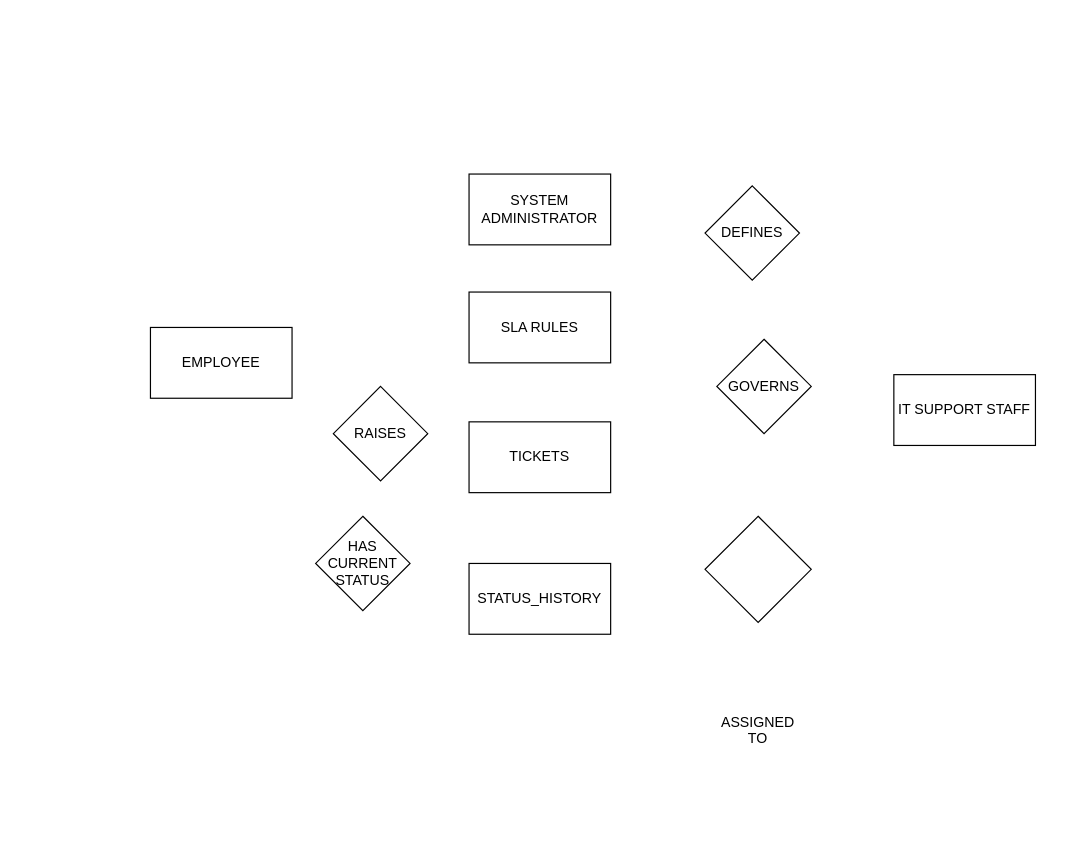
Before: backend/assests/ER for IP project.drawio in Savli-Sutar/IP-Project-, a draw.io diagram. Source tidied: cells renumbered, new cells numbered last; positions are measured from the earlier drawing's top-left corner, leaving out a move shared by most shapes. Both pictures are drawn from the tidied source at 118%, with x=0, y=0 at pixel (150, 173).
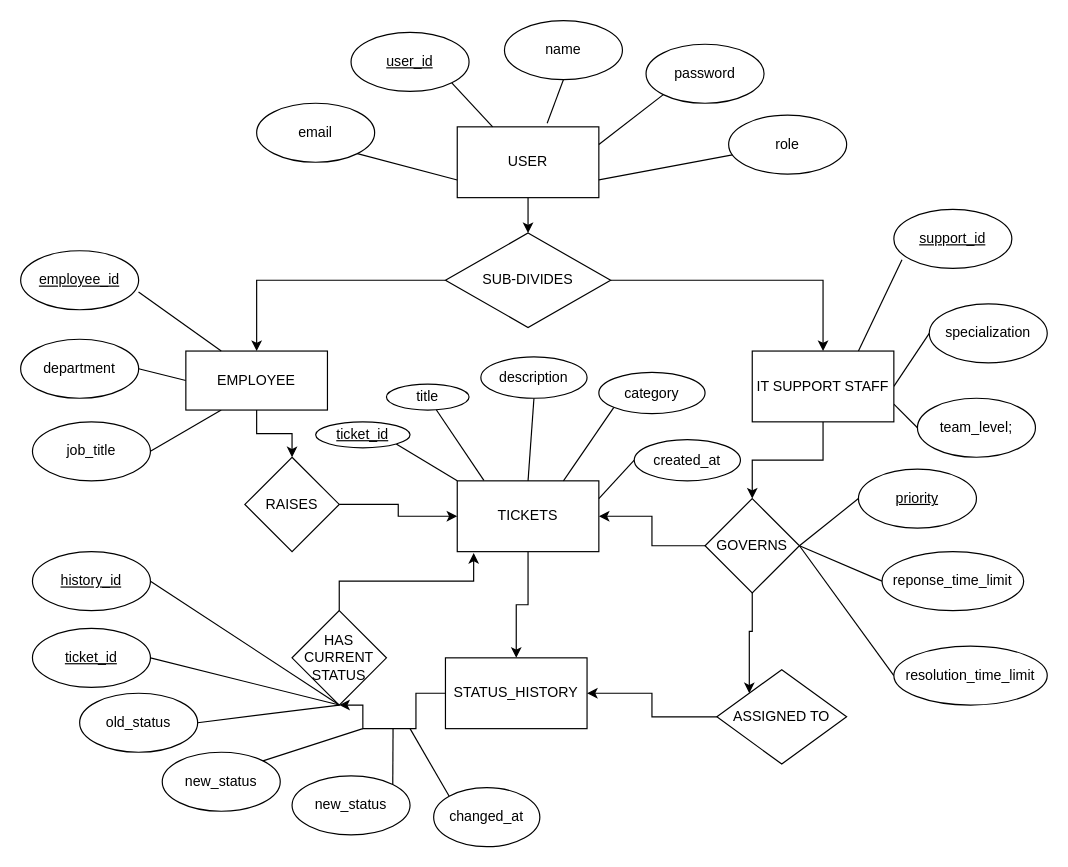
The same page after the edit.

Change to the diagram source:
```diff
@@
-    <mxCell id="2" value="SYSTEM ADMINISTRATOR" style="rounded=0;whiteSpace=wrap;html=1;" parent="1" vertex="1">
-      <mxGeometry x="270" width="120" height="60" as="geometry" />
-    </mxCell>
-    <mxCell id="3" value="SLA RULES" style="rounded=0;whiteSpace=wrap;html=1;" parent="1" vertex="1">
-      <mxGeometry x="270" y="100" width="120" height="60" as="geometry" />
-    </mxCell>
+    <mxCell id="13" style="edgeStyle=orthogonalEdgeStyle;rounded=0;jettySize=auto;html=1;" parent="1" edge="1" source="15" target="26">
+      <mxGeometry relative="1" as="geometry" />
+    </mxCell>
+    <mxCell id="14" style="rounded=0;jettySize=auto;html=1;exitX=0;exitY=0.75;exitDx=0;exitDy=0;entryX=1;entryY=1;entryDx=0;entryDy=0;endArrow=none;endFill=0;" parent="1" edge="1" source="15" target="35">
+      <mxGeometry relative="1" as="geometry" />
+    </mxCell>
+    <mxCell id="15" value="USER" style="whiteSpace=wrap;html=1;" parent="1" vertex="1">
+      <mxGeometry x="260" y="-40" width="120" height="60" as="geometry" />
+    </mxCell>
+    <mxCell id="16" style="edgeStyle=orthogonalEdgeStyle;rounded=0;jettySize=auto;html=1;entryX=0.5;entryY=0;entryDx=0;entryDy=0;" parent="1" edge="1" source="6" target="11">
+      <mxGeometry relative="1" as="geometry" />
+    </mxCell>
+    <mxCell id="17" style="rounded=0;jettySize=auto;html=1;exitX=0;exitY=0.5;exitDx=0;exitDy=0;entryX=1;entryY=0.5;entryDx=0;entryDy=0;endArrow=none;endFill=0;" parent="1" edge="1" source="6" target="50">
+      <mxGeometry relative="1" as="geometry" />
+    </mxCell>
+    <mxCell id="18" style="rounded=0;jettySize=auto;html=1;exitX=0.25;exitY=1;exitDx=0;exitDy=0;entryX=1;entryY=0.5;entryDx=0;entryDy=0;endArrow=none;endFill=0;" parent="1" edge="1" source="6" target="51">
+      <mxGeometry relative="1" as="geometry" />
+    </mxCell>
+    <mxCell id="6" value="EMPLOYEE" style="whiteSpace=wrap;html=1;fillColor=light-dark(#FFFFFF,#67AB9F);" parent="1" vertex="1">
+      <mxGeometry x="30" y="150" width="120" height="50" as="geometry" />
+    </mxCell>
+    <mxCell id="19" style="edgeStyle=orthogonalEdgeStyle;rounded=0;jettySize=auto;html=1;" parent="1" edge="1" source="7" target="9">
+      <mxGeometry relative="1" as="geometry" />
+    </mxCell>
+    <mxCell id="20" style="rounded=0;jettySize=auto;html=1;exitX=1;exitY=0.5;exitDx=0;exitDy=0;entryX=0;entryY=0.5;entryDx=0;entryDy=0;endArrow=none;endFill=0;" parent="1" edge="1" source="7" target="44">
+      <mxGeometry relative="1" as="geometry" />
+    </mxCell>
+    <mxCell id="21" style="rounded=0;jettySize=auto;html=1;exitX=1;exitY=0.75;exitDx=0;exitDy=0;entryX=0;entryY=0.5;entryDx=0;entryDy=0;endArrow=none;endFill=0;" parent="1" edge="1" source="7" target="45">
+      <mxGeometry relative="1" as="geometry" />
+    </mxCell>
+    <mxCell id="7" value="IT SUPPORT STAFF" style="whiteSpace=wrap;html=1;fillColor=light-dark(#FFFFFF,#67AB9F);" parent="1" vertex="1">
+      <mxGeometry x="510" y="150" width="120" height="60" as="geometry" />
+    </mxCell>
+    <mxCell id="22" style="edgeStyle=orthogonalEdgeStyle;rounded=0;jettySize=auto;html=1;exitX=0.5;exitY=1;exitDx=0;exitDy=0;entryX=0.5;entryY=0;entryDx=0;entryDy=0;" parent="1" edge="1" source="4" target="5">
+      <mxGeometry relative="1" as="geometry" />
+    </mxCell>
-    <mxCell id="4" value="TICKETS" style="rounded=0;whiteSpace=wrap;html=1;" parent="1" vertex="1">
-      <mxGeometry x="270" y="210" width="120" height="60" as="geometry" />
+    <mxCell id="4" value="TICKETS" style="whiteSpace=wrap;html=1;fillColor=light-dark(#FFFFFF,#67AB9F);" parent="1" vertex="1">
+      <mxGeometry x="260" y="260" width="120" height="60" as="geometry" />
     </mxCell>
+    <mxCell id="23" style="edgeStyle=orthogonalEdgeStyle;rounded=0;jettySize=auto;html=1;exitX=0;exitY=0.5;exitDx=0;exitDy=0;entryX=0.5;entryY=1;entryDx=0;entryDy=0;" parent="1" edge="1" source="5" target="12">
+      <mxGeometry relative="1" as="geometry">
+        <Array as="points">
+          <mxPoint x="225" y="440" />
+          <mxPoint x="225" y="470" />
+          <mxPoint x="180" y="470" />
+          <mxPoint x="180" y="450" />
+        </Array>
+      </mxGeometry>
+    </mxCell>
-    <mxCell id="5" value="STATUS_HISTORY" style="rounded=0;whiteSpace=wrap;html=1;" parent="1" vertex="1">
-      <mxGeometry x="270" y="330" width="120" height="60" as="geometry" />
+    <mxCell id="5" value="STATUS_HISTORY" style="whiteSpace=wrap;html=1;fillColor=light-dark(#FFFFFF,#67AB9F);" parent="1" vertex="1">
+      <mxGeometry x="250" y="410" width="120" height="60" as="geometry" />
     </mxCell>
-    <mxCell id="6" value="EMPLOYEE" style="rounded=0;whiteSpace=wrap;html=1;" parent="1" vertex="1">
-      <mxGeometry y="130" width="120" height="60" as="geometry" />
-    </mxCell>
-    <mxCell id="7" value="IT SUPPORT STAFF" style="rounded=0;whiteSpace=wrap;html=1;" parent="1" vertex="1">
-      <mxGeometry x="630" y="170" width="120" height="60" as="geometry" />
-    </mxCell>
-    <mxCell id="8" value="&lt;div&gt;DEFINES&lt;/div&gt;" style="rhombus;whiteSpace=wrap;html=1;shapeInside=1;" parent="1" vertex="1">
-      <mxGeometry x="470" y="10" width="80" height="80" as="geometry" />
-    </mxCell>
+    <mxCell id="24" style="edgeStyle=orthogonalEdgeStyle;rounded=0;jettySize=auto;html=1;entryX=0.5;entryY=0;entryDx=0;entryDy=0;" parent="1" edge="1" source="26" target="6">
+      <mxGeometry relative="1" as="geometry" />
+    </mxCell>
+    <mxCell id="25" style="edgeStyle=orthogonalEdgeStyle;rounded=0;jettySize=auto;html=1;exitX=1;exitY=0.5;exitDx=0;exitDy=0;entryX=0.5;entryY=0;entryDx=0;entryDy=0;" parent="1" edge="1" source="26" target="7">
+      <mxGeometry relative="1" as="geometry" />
+    </mxCell>
+    <mxCell id="26" value="SUB-DIVIDES" style="rhombus;whiteSpace=wrap;html=1;shapeInside=1;" parent="1" vertex="1">
+      <mxGeometry x="250" y="50" width="140" height="80" as="geometry" />
+    </mxCell>
+    <mxCell id="27" style="edgeStyle=orthogonalEdgeStyle;rounded=0;jettySize=auto;html=1;exitX=1;exitY=0.5;exitDx=0;exitDy=0;entryX=0;entryY=0.5;entryDx=0;entryDy=0;" parent="1" edge="1" source="11" target="4">
+      <mxGeometry relative="1" as="geometry" />
+    </mxCell>
+    <mxCell id="11" value="RAISES" style="rhombus;whiteSpace=wrap;html=1;shapeInside=1;" parent="1" vertex="1">
+      <mxGeometry x="80" y="240" width="80" height="80" as="geometry" />
+    </mxCell>
+    <mxCell id="28" style="edgeStyle=orthogonalEdgeStyle;rounded=0;jettySize=auto;html=1;exitX=0.5;exitY=1;exitDx=0;exitDy=0;entryX=0;entryY=0;entryDx=0;entryDy=0;" parent="1" edge="1" source="9" target="10">
+      <mxGeometry relative="1" as="geometry" />
+    </mxCell>
+    <mxCell id="29" style="edgeStyle=orthogonalEdgeStyle;rounded=0;jettySize=auto;html=1;exitX=0;exitY=0.5;exitDx=0;exitDy=0;entryX=1;entryY=0.5;entryDx=0;entryDy=0;" parent="1" edge="1" source="9" target="4">
+      <mxGeometry relative="1" as="geometry" />
+    </mxCell>
+    <mxCell id="30" style="rounded=0;jettySize=auto;html=1;exitX=1;exitY=0.5;exitDx=0;exitDy=0;entryX=0;entryY=0.5;entryDx=0;entryDy=0;endArrow=none;endFill=0;" parent="1" edge="1" source="9" target="46">
+      <mxGeometry relative="1" as="geometry" />
+    </mxCell>
+    <mxCell id="31" style="rounded=0;jettySize=auto;html=1;exitX=1;exitY=0.5;exitDx=0;exitDy=0;entryX=0;entryY=0.5;entryDx=0;entryDy=0;endArrow=none;endFill=0;" parent="1" edge="1" source="9" target="47">
+      <mxGeometry relative="1" as="geometry" />
+    </mxCell>
+    <mxCell id="32" style="rounded=0;jettySize=auto;html=1;exitX=1;exitY=0.5;exitDx=0;exitDy=0;entryX=0;entryY=0.5;entryDx=0;entryDy=0;endArrow=none;endFill=0;" parent="1" edge="1" source="9" target="48">
+      <mxGeometry relative="1" as="geometry" />
+    </mxCell>
-    <mxCell id="9" value="&lt;div&gt;GOVERNS&lt;/div&gt;" style="rhombus;whiteSpace=wrap;html=1;shapeInside=1;" parent="1" vertex="1">
-      <mxGeometry x="480" y="140" width="80" height="80" as="geometry" />
+    <mxCell id="9" value="GOVERNS" style="rhombus;whiteSpace=wrap;html=1;shapeInside=1;" parent="1" vertex="1">
+      <mxGeometry x="470" y="275" width="80" height="80" as="geometry" />
     </mxCell>
+    <mxCell id="33" style="edgeStyle=orthogonalEdgeStyle;rounded=0;jettySize=auto;html=1;entryX=1;entryY=0.5;entryDx=0;entryDy=0;" parent="1" edge="1" source="10" target="5">
+      <mxGeometry relative="1" as="geometry" />
+    </mxCell>
-    <mxCell id="10" value="&lt;div&gt;&lt;br&gt;&lt;/div&gt;&lt;div&gt;&lt;br&gt;&lt;/div&gt;&lt;div&gt;&lt;br&gt;&lt;/div&gt;&lt;div&gt;&lt;br&gt;&lt;/div&gt;&lt;div&gt;&lt;br&gt;&lt;/div&gt;&lt;div&gt;&lt;br&gt;&lt;/div&gt;&lt;div&gt;&lt;br&gt;&lt;/div&gt;&lt;div&gt;&lt;br&gt;&lt;/div&gt;&lt;div&gt;&lt;br&gt;&lt;/div&gt;&lt;div&gt;&lt;br&gt;&lt;/div&gt;&lt;div&gt;&lt;br&gt;&lt;/div&gt;&lt;div&gt;&lt;br&gt;&lt;/div&gt;&lt;div&gt;&lt;br&gt;&lt;/div&gt;&lt;div&gt;&lt;br&gt;&lt;/div&gt;&lt;div&gt;&lt;br&gt;&lt;/div&gt;&lt;div&gt;&lt;br&gt;&lt;/div&gt;&lt;div&gt;&lt;br&gt;&lt;/div&gt;&lt;div&gt;&lt;br&gt;&lt;/div&gt;&lt;div&gt;&lt;br&gt;&lt;/div&gt;&lt;div&gt;ASSIGNED&lt;/div&gt;&lt;div&gt;TO&lt;/div&gt;" style="rhombus;whiteSpace=wrap;html=1;shapeInside=1;" parent="1" vertex="1">
-      <mxGeometry x="470" y="290" width="90" height="90" as="geometry" />
+    <mxCell id="10" value="ASSIGNED TO" style="rhombus;whiteSpace=wrap;html=1;shapeInside=1;" parent="1" vertex="1">
+      <mxGeometry x="480" y="420" width="110" height="80" as="geometry" />
     </mxCell>
-    <mxCell id="11" value="&lt;div&gt;RAISES&lt;/div&gt;" style="rhombus;whiteSpace=wrap;html=1;shapeInside=1;" parent="1" vertex="1">
-      <mxGeometry x="155" y="180" width="80" height="80" as="geometry" />
-    </mxCell>
-    <mxCell id="12" value="&lt;div&gt;HAS CURRENT STATUS&lt;/div&gt;" style="rhombus;whiteSpace=wrap;html=1;shapeInside=1;" parent="1" vertex="1">
-      <mxGeometry x="140" y="290" width="80" height="80" as="geometry" />
+    <mxCell id="12" value="HAS CURRENT STATUS" style="rhombus;whiteSpace=wrap;html=1;shapeInside=1;" parent="1" vertex="1">
+      <mxGeometry x="120" y="370" width="80" height="80" as="geometry" />
     </mxCell>
+    <mxCell id="34" style="edgeStyle=orthogonalEdgeStyle;rounded=0;jettySize=auto;html=1;exitX=0.5;exitY=0;exitDx=0;exitDy=0;entryX=0.116;entryY=1.02;entryDx=0;entryDy=0;entryPerimeter=0;" parent="1" edge="1" source="12" target="4">
+      <mxGeometry relative="1" as="geometry" />
+    </mxCell>
+    <mxCell id="35" value="email" style="ellipse;whiteSpace=wrap;html=1;shapeInside=1;" parent="1" vertex="1">
+      <mxGeometry x="90" y="-60" width="100" height="50" as="geometry" />
+    </mxCell>
+    <mxCell id="36" style="rounded=0;jettySize=auto;html=1;exitX=1;exitY=1;exitDx=0;exitDy=0;entryX=0.25;entryY=0;entryDx=0;entryDy=0;endArrow=none;endFill=0;" parent="1" edge="1" source="37" target="15">
+      <mxGeometry relative="1" as="geometry" />
+    </mxCell>
+    <mxCell id="37" value="&lt;u&gt;user_id&lt;/u&gt;" style="ellipse;whiteSpace=wrap;html=1;shapeInside=1;" parent="1" vertex="1">
+      <mxGeometry x="170" y="-120" width="100" height="50" as="geometry" />
+    </mxCell>
+    <mxCell id="38" value="name" style="ellipse;whiteSpace=wrap;html=1;shapeInside=1;" parent="1" vertex="1">
+      <mxGeometry x="300" y="-130" width="100" height="50" as="geometry" />
+    </mxCell>
+    <mxCell id="39" style="rounded=0;jettySize=auto;html=1;exitX=0;exitY=1;exitDx=0;exitDy=0;entryX=1;entryY=0.25;entryDx=0;entryDy=0;endArrow=none;endFill=0;" parent="1" edge="1" source="40" target="15">
+      <mxGeometry relative="1" as="geometry" />
+    </mxCell>
+    <mxCell id="40" value="password" style="ellipse;whiteSpace=wrap;html=1;shapeInside=1;" parent="1" vertex="1">
+      <mxGeometry x="420" y="-110" width="100" height="50" as="geometry" />
+    </mxCell>
+    <mxCell id="41" style="rounded=0;jettySize=auto;html=1;entryX=1;entryY=0.75;entryDx=0;entryDy=0;endArrow=none;endFill=0;" parent="1" edge="1" source="42" target="15">
+      <mxGeometry relative="1" as="geometry" />
+    </mxCell>
+    <mxCell id="42" value="role" style="ellipse;whiteSpace=wrap;html=1;shapeInside=1;" parent="1" vertex="1">
+      <mxGeometry x="490" y="-50" width="100" height="50" as="geometry" />
+    </mxCell>
+    <mxCell id="43" value="&lt;u&gt;support_id&lt;/u&gt;" style="ellipse;whiteSpace=wrap;html=1;shapeInside=1;" parent="1" vertex="1">
+      <mxGeometry x="630" y="30" width="100" height="50" as="geometry" />
+    </mxCell>
+    <mxCell id="44" value="specialization" style="ellipse;whiteSpace=wrap;html=1;shapeInside=1;" parent="1" vertex="1">
+      <mxGeometry x="660" y="110" width="100" height="50" as="geometry" />
+    </mxCell>
+    <mxCell id="45" value="team_level;" style="ellipse;whiteSpace=wrap;html=1;shapeInside=1;" parent="1" vertex="1">
+      <mxGeometry x="650" y="190" width="100" height="50" as="geometry" />
+    </mxCell>
+    <mxCell id="46" value="&lt;u&gt;priority&lt;/u&gt;" style="ellipse;whiteSpace=wrap;html=1;shapeInside=1;" parent="1" vertex="1">
+      <mxGeometry x="600" y="250" width="100" height="50" as="geometry" />
+    </mxCell>
+    <mxCell id="47" value="reponse_time_limit" style="ellipse;whiteSpace=wrap;html=1;shapeInside=1;" parent="1" vertex="1">
+      <mxGeometry x="620" y="320" width="120" height="50" as="geometry" />
+    </mxCell>
+    <mxCell id="48" value="resolution_time_limit" style="ellipse;whiteSpace=wrap;html=1;shapeInside=1;" parent="1" vertex="1">
+      <mxGeometry x="630" y="400" width="130" height="50" as="geometry" />
+    </mxCell>
+    <mxCell id="49" value="&lt;u&gt;employee_id&lt;/u&gt;" style="ellipse;whiteSpace=wrap;html=1;shapeInside=1;" parent="1" vertex="1">
+      <mxGeometry x="-110" y="65" width="100" height="50" as="geometry" />
+    </mxCell>
+    <mxCell id="50" value="department" style="ellipse;whiteSpace=wrap;html=1;shapeInside=1;" parent="1" vertex="1">
+      <mxGeometry x="-110" y="140" width="100" height="50" as="geometry" />
+    </mxCell>
+    <mxCell id="51" value="job_title" style="ellipse;whiteSpace=wrap;html=1;shapeInside=1;" parent="1" vertex="1">
+      <mxGeometry x="-100" y="210" width="100" height="50" as="geometry" />
+    </mxCell>
+    <mxCell id="52" style="rounded=0;jettySize=auto;html=1;exitX=1;exitY=0.5;exitDx=0;exitDy=0;entryX=0.5;entryY=1;entryDx=0;entryDy=0;endArrow=none;endFill=0;" parent="1" edge="1" source="53" target="12">
+      <mxGeometry relative="1" as="geometry" />
+    </mxCell>
+    <mxCell id="53" value="&lt;u&gt;history_id&lt;/u&gt;" style="ellipse;whiteSpace=wrap;html=1;shapeInside=1;" parent="1" vertex="1">
+      <mxGeometry x="-100" y="320" width="100" height="50" as="geometry" />
+    </mxCell>
+    <mxCell id="54" style="rounded=0;jettySize=auto;html=1;exitX=1;exitY=0.5;exitDx=0;exitDy=0;endArrow=none;endFill=0;entryX=0.5;entryY=1;entryDx=0;entryDy=0;" parent="1" edge="1" source="55" target="12">
+      <mxGeometry relative="1" as="geometry" />
+    </mxCell>
+    <mxCell id="55" value="&lt;u&gt;ticket_id&lt;/u&gt;" style="ellipse;whiteSpace=wrap;html=1;shapeInside=1;" parent="1" vertex="1">
+      <mxGeometry x="-100" y="385" width="100" height="50" as="geometry" />
+    </mxCell>
+    <mxCell id="56" style="rounded=0;jettySize=auto;html=1;exitX=1;exitY=0.5;exitDx=0;exitDy=0;entryX=0.5;entryY=1;entryDx=0;entryDy=0;endArrow=none;endFill=0;" parent="1" edge="1" source="57" target="12">
+      <mxGeometry relative="1" as="geometry" />
+    </mxCell>
+    <mxCell id="57" value="old_status" style="ellipse;whiteSpace=wrap;html=1;shapeInside=1;" parent="1" vertex="1">
+      <mxGeometry x="-60" y="440" width="100" height="50" as="geometry" />
+    </mxCell>
+    <mxCell id="58" style="rounded=0;jettySize=auto;html=1;exitX=1;exitY=0;exitDx=0;exitDy=0;endArrow=none;endFill=0;" parent="1" edge="1" source="59">
+      <mxGeometry relative="1" as="geometry">
+        <mxPoint x="180" y="470" as="targetPoint" />
+      </mxGeometry>
+    </mxCell>
+    <mxCell id="59" value="new_status" style="ellipse;whiteSpace=wrap;html=1;shapeInside=1;" parent="1" vertex="1">
+      <mxGeometry x="10" y="490" width="100" height="50" as="geometry" />
+    </mxCell>
+    <mxCell id="60" style="rounded=0;jettySize=auto;html=1;exitX=1;exitY=0;exitDx=0;exitDy=0;endArrow=none;endFill=0;" parent="1" edge="1" source="61">
+      <mxGeometry relative="1" as="geometry">
+        <mxPoint x="205.6" y="470" as="targetPoint" />
+      </mxGeometry>
+    </mxCell>
+    <mxCell id="61" value="new_status" style="ellipse;whiteSpace=wrap;html=1;shapeInside=1;" parent="1" vertex="1">
+      <mxGeometry x="120" y="510" width="100" height="50" as="geometry" />
+    </mxCell>
+    <mxCell id="62" style="rounded=0;jettySize=auto;html=1;exitX=0;exitY=0;exitDx=0;exitDy=0;endArrow=none;endFill=0;" parent="1" edge="1" source="63">
+      <mxGeometry relative="1" as="geometry">
+        <mxPoint x="220" y="470" as="targetPoint" />
+      </mxGeometry>
+    </mxCell>
+    <mxCell id="63" value="changed_at" style="ellipse;whiteSpace=wrap;html=1;shapeInside=1;" parent="1" vertex="1">
+      <mxGeometry x="240" y="520" width="90" height="50" as="geometry" />
+    </mxCell>
+    <mxCell id="64" style="rounded=0;jettySize=auto;html=1;exitX=0.5;exitY=1;exitDx=0;exitDy=0;entryX=0.635;entryY=-0.051;entryDx=0;entryDy=0;entryPerimeter=0;endArrow=none;endFill=0;" parent="1" edge="1" source="38" target="15">
+      <mxGeometry relative="1" as="geometry" />
+    </mxCell>
+    <mxCell id="65" style="rounded=0;jettySize=auto;html=1;exitX=0.25;exitY=0;exitDx=0;exitDy=0;entryX=0.999;entryY=0.7;entryDx=0;entryDy=0;entryPerimeter=0;endArrow=none;endFill=0;" parent="1" edge="1" source="6" target="49">
+      <mxGeometry relative="1" as="geometry" />
+    </mxCell>
+    <mxCell id="66" style="rounded=0;jettySize=auto;html=1;exitX=0.75;exitY=0;exitDx=0;exitDy=0;entryX=0.069;entryY=0.851;entryDx=0;entryDy=0;entryPerimeter=0;endArrow=none;endFill=0;" parent="1" edge="1" source="7" target="43">
+      <mxGeometry relative="1" as="geometry" />
+    </mxCell>
+    <mxCell id="67" style="rounded=0;jettySize=auto;html=1;exitX=1;exitY=1;exitDx=0;exitDy=0;entryX=0;entryY=0;entryDx=0;entryDy=0;endArrow=none;endFill=0;" parent="1" edge="1" source="68" target="4">
+      <mxGeometry relative="1" as="geometry" />
+    </mxCell>
+    <mxCell id="68" value="&lt;u&gt;ticket_id&lt;/u&gt;" style="ellipse;whiteSpace=wrap;html=1;shapeInside=1;" parent="1" vertex="1">
+      <mxGeometry x="140" y="210" width="80" height="22" as="geometry" />
+    </mxCell>
+    <mxCell id="69" value="title" style="ellipse;whiteSpace=wrap;html=1;shapeInside=1;" parent="1" vertex="1">
+      <mxGeometry x="200" y="178" width="70" height="22" as="geometry" />
+    </mxCell>
+    <mxCell id="70" style="rounded=0;jettySize=auto;html=1;exitX=0.5;exitY=1;exitDx=0;exitDy=0;entryX=0.5;entryY=0;entryDx=0;entryDy=0;endArrow=none;endFill=0;" parent="1" edge="1" source="71" target="4">
+      <mxGeometry relative="1" as="geometry" />
+    </mxCell>
+    <mxCell id="71" value="description" style="ellipse;whiteSpace=wrap;html=1;shapeInside=1;" parent="1" vertex="1">
+      <mxGeometry x="280" y="155" width="90" height="35" as="geometry" />
+    </mxCell>
+    <mxCell id="72" style="rounded=0;jettySize=auto;html=1;exitX=0;exitY=1;exitDx=0;exitDy=0;entryX=0.75;entryY=0;entryDx=0;entryDy=0;endArrow=none;endFill=0;" parent="1" edge="1" source="73" target="4">
+      <mxGeometry relative="1" as="geometry" />
+    </mxCell>
+    <mxCell id="73" value="category" style="ellipse;whiteSpace=wrap;html=1;shapeInside=1;" parent="1" vertex="1">
+      <mxGeometry x="380" y="168" width="90" height="35" as="geometry" />
+    </mxCell>
+    <mxCell id="74" style="rounded=0;jettySize=auto;html=1;exitX=0;exitY=0.5;exitDx=0;exitDy=0;entryX=1;entryY=0.25;entryDx=0;entryDy=0;endArrow=none;endFill=0;" parent="1" edge="1" source="75" target="4">
+      <mxGeometry relative="1" as="geometry" />
+    </mxCell>
+    <mxCell id="75" value="created_at" style="ellipse;whiteSpace=wrap;html=1;shapeInside=1;" parent="1" vertex="1">
+      <mxGeometry x="410" y="225" width="90" height="35" as="geometry" />
+    </mxCell>
+    <mxCell id="76" style="rounded=0;jettySize=auto;html=1;entryX=0.188;entryY=-0.007;entryDx=0;entryDy=0;entryPerimeter=0;endArrow=none;endFill=0;" parent="1" edge="1" source="69" target="4">
+      <mxGeometry relative="1" as="geometry" />
+    </mxCell>
```
